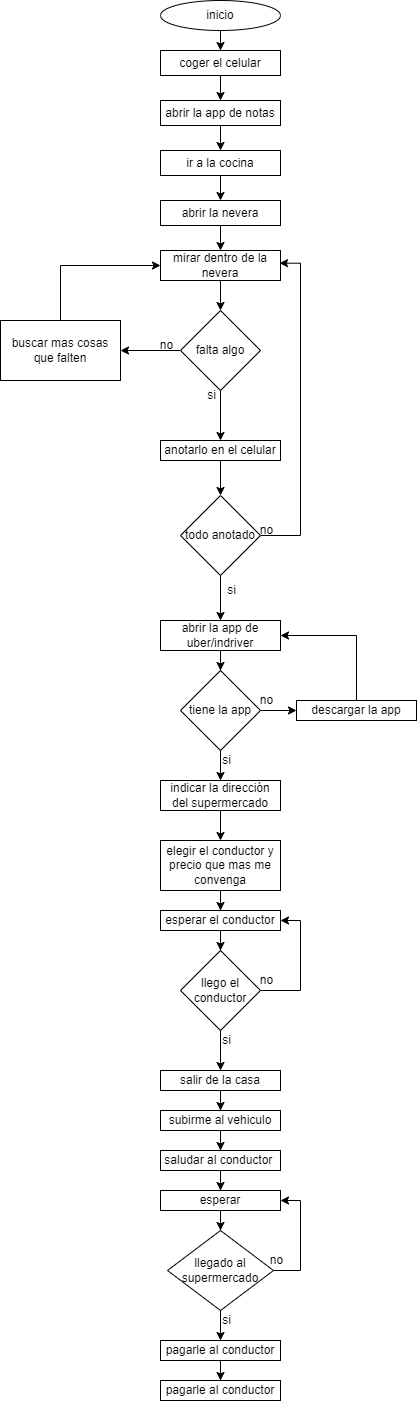
Above: Hacer mercado.png in dasamepu/platzi-flowcharts-de-la-vida-diaria (draw.io), before the change. Source tidied: cells renumbered, new cells last; positions are measured from the earlier drawing's top-left corner, leaving out a move shared by most shapes.
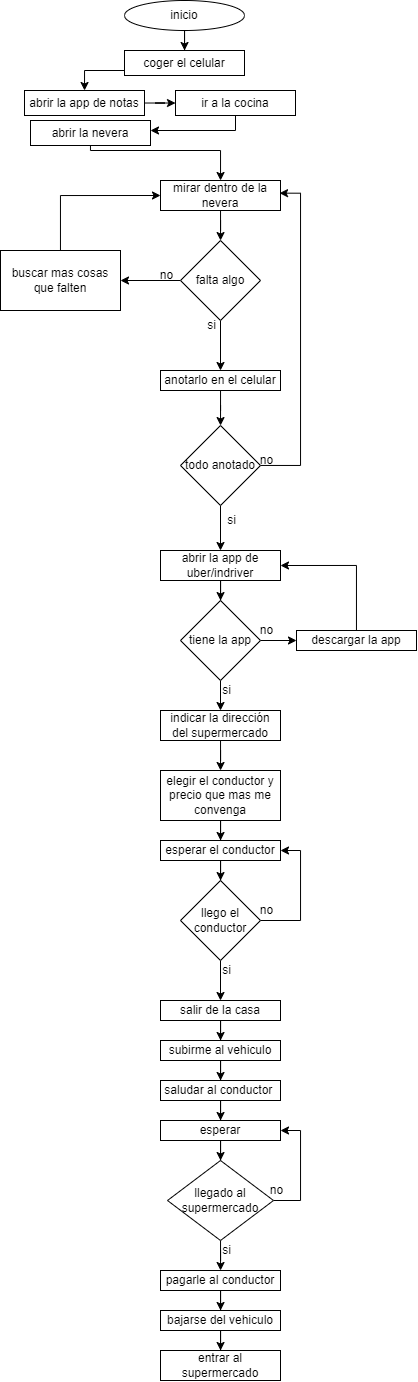
The same diagram one commit later.

Diff of the diagram source:
```diff
@@ -6,31 +6,44 @@
       <mxGeometry relative="1" as="geometry" />
     </mxCell>
     <mxCell id="3" value="inicio" style="ellipse;whiteSpace=wrap;html=1;" parent="1" vertex="1">
-      <mxGeometry x="160" width="120" height="30" as="geometry" />
+      <mxGeometry x="124" y="70" width="120" height="30" as="geometry" />
     </mxCell>
     <mxCell id="4" style="edgeStyle=orthogonalEdgeStyle;rounded=0;jettySize=auto;html=1;" parent="1" edge="1" source="5" target="7">
-      <mxGeometry relative="1" as="geometry" />
+      <mxGeometry relative="1" as="geometry">
+        <Array as="points">
+          <mxPoint x="84" y="140" />
+        </Array>
+      </mxGeometry>
     </mxCell>
     <mxCell id="5" value="coger el celular" style="whiteSpace=wrap;html=1;" parent="1" vertex="1">
-      <mxGeometry x="160" y="50" width="120" height="25" as="geometry" />
+      <mxGeometry x="124" y="120" width="120" height="25" as="geometry" />
     </mxCell>
     <mxCell id="6" style="edgeStyle=orthogonalEdgeStyle;rounded=0;jettySize=auto;html=1;" parent="1" edge="1" source="7" target="9">
       <mxGeometry relative="1" as="geometry" />
     </mxCell>
     <mxCell id="7" value="abrir la app de notas" style="whiteSpace=wrap;html=1;" parent="1" vertex="1">
-      <mxGeometry x="160" y="100" width="120" height="25" as="geometry" />
+      <mxGeometry x="24" y="160" width="120" height="25" as="geometry" />
     </mxCell>
     <mxCell id="8" style="edgeStyle=orthogonalEdgeStyle;rounded=0;jettySize=auto;html=1;" parent="1" edge="1" source="9" target="11">
-      <mxGeometry relative="1" as="geometry" />
+      <mxGeometry relative="1" as="geometry">
+        <Array as="points">
+          <mxPoint x="235" y="200" />
+        </Array>
+      </mxGeometry>
     </mxCell>
     <mxCell id="9" value="ir a la cocina" style="whiteSpace=wrap;html=1;" parent="1" vertex="1">
-      <mxGeometry x="160" y="150" width="120" height="25" as="geometry" />
+      <mxGeometry x="175" y="160" width="120" height="25" as="geometry" />
     </mxCell>
     <mxCell id="10" style="edgeStyle=orthogonalEdgeStyle;rounded=0;jettySize=auto;html=1;" parent="1" edge="1" source="11" target="13">
-      <mxGeometry relative="1" as="geometry" />
+      <mxGeometry relative="1" as="geometry">
+        <Array as="points">
+          <mxPoint x="90" y="220" />
+          <mxPoint x="220" y="220" />
+        </Array>
+      </mxGeometry>
     </mxCell>
     <mxCell id="11" value="abrir la nevera" style="whiteSpace=wrap;html=1;" parent="1" vertex="1">
-      <mxGeometry x="160" y="200" width="120" height="25" as="geometry" />
+      <mxGeometry x="30" y="190" width="120" height="25" as="geometry" />
     </mxCell>
     <mxCell id="12" style="edgeStyle=orthogonalEdgeStyle;rounded=0;jettySize=auto;html=1;" parent="1" edge="1" source="13" target="16">
       <mxGeometry relative="1" as="geometry" />
@@ -208,8 +221,14 @@
     <mxCell id="62" value="si" style="text;html=1;align=center;verticalAlign=middle;strokeColor=none;fillColor=none;" parent="1" vertex="1">
       <mxGeometry x="211" y="1305" width="30" height="30" as="geometry" />
     </mxCell>
+    <mxCell id="64" style="edgeStyle=orthogonalEdgeStyle;rounded=0;jettySize=auto;html=1;" parent="1" edge="1" source="63" target="65">
+      <mxGeometry relative="1" as="geometry" />
+    </mxCell>
-    <mxCell id="63" value="pagarle al conductor" style="whiteSpace=wrap;html=1;" parent="1" vertex="1">
+    <mxCell id="63" value="bajarse del vehiculo" style="whiteSpace=wrap;html=1;" parent="1" vertex="1">
       <mxGeometry x="160" y="1380" width="120" height="20" as="geometry" />
     </mxCell>
+    <mxCell id="65" value="entrar al supermercado" style="whiteSpace=wrap;html=1;" parent="1" vertex="1">
+      <mxGeometry x="160" y="1420" width="120" height="30" as="geometry" />
+    </mxCell>
   </root>
 </mxGraphModel>
```
